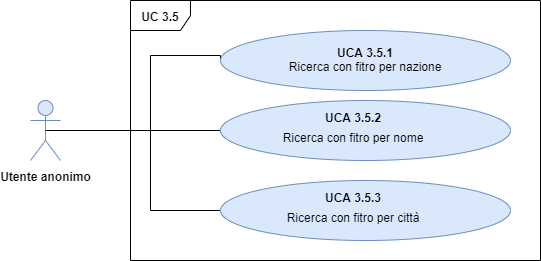
Earlier version of the draw.io export DocumentazioneEsterna/AnalisiDeiRequisiti/Sezioni/UseCase/Immagini/UCA3.5.png (qb-team/Stalker-Documentazione). Source tidied: cells renumbered, new cells last; positions are measured from the earlier drawing's top-left corner, leaving out a move shared by most shapes.
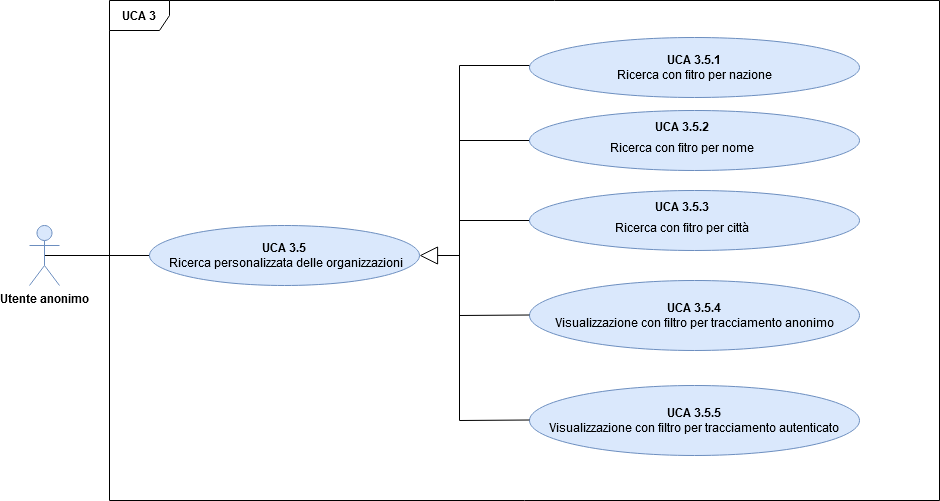
Above is the later version.

The edit, as a diff of the source:
```diff
@@ -2,38 +2,70 @@
   <root>
     <mxCell id="0" />
     <mxCell id="1" parent="0" />
-    <mxCell id="2" value="&lt;b&gt;UC 3.5&lt;/b&gt;" style="shape=umlFrame;whiteSpace=wrap;html=1;fontSize=12;fontFamily=Helvetica;" parent="1" vertex="1">
-      <mxGeometry x="100" width="410" height="260" as="geometry" />
-    </mxCell>
+    <mxCell id="10" value="&lt;b&gt;UCA 3&lt;/b&gt;" style="shape=umlFrame;whiteSpace=wrap;html=1;fontSize=12;fontFamily=Helvetica;" parent="1" vertex="1">
+      <mxGeometry x="-240" y="-100" width="830" height="500" as="geometry" />
+    </mxCell>
+    <mxCell id="11" style="edgeStyle=orthogonalEdgeStyle;rounded=0;jettySize=auto;html=1;exitX=0.5;exitY=0.5;exitDx=0;exitDy=0;exitPerimeter=0;entryX=0;entryY=0.5;entryDx=0;entryDy=0;endArrow=none;endFill=0;endSize=16;" parent="1" edge="1" source="3" target="20">
+      <mxGeometry relative="1" as="geometry" />
+    </mxCell>
     <mxCell id="3" value="&lt;b&gt;Utente anonimo&lt;/b&gt;" style="shape=umlActor;verticalLabelPosition=bottom;labelBackgroundColor=#ffffff;verticalAlign=top;html=1;outlineConnect=0;fillColor=#dae8fc;strokeColor=#6c8ebf;fontSize=12;fontFamily=Helvetica;" parent="1" vertex="1">
-      <mxGeometry y="100" width="30" height="60" as="geometry" />
+      <mxGeometry x="-320" y="125" width="30" height="60" as="geometry" />
     </mxCell>
-    <mxCell id="4" style="edgeStyle=orthogonalEdgeStyle;rounded=0;jettySize=auto;html=1;exitX=0;exitY=0.5;exitDx=0;exitDy=0;entryX=0.5;entryY=0.5;entryDx=0;entryDy=0;entryPerimeter=0;endArrow=none;endFill=0;fontSize=12;fontFamily=Helvetica;" parent="1" edge="1" source="5" target="3">
-      <mxGeometry relative="1" as="geometry">
-        <Array as="points">
-          <mxPoint x="120" y="55" />
-          <mxPoint x="120" y="130" />
-        </Array>
-      </mxGeometry>
-    </mxCell>
+    <mxCell id="12" style="edgeStyle=orthogonalEdgeStyle;rounded=0;jettySize=auto;html=1;exitX=0;exitY=0.5;exitDx=0;exitDy=0;endArrow=block;endFill=0;fontSize=12;fontFamily=Helvetica;endSize=16;" parent="1" edge="1" source="5">
+      <mxGeometry relative="1" as="geometry">
+        <mxPoint x="70" y="155" as="targetPoint" />
+        <Array as="points">
+          <mxPoint x="180" y="-35" />
+          <mxPoint x="110" y="-35" />
+          <mxPoint x="110" y="155" />
+        </Array>
+      </mxGeometry>
+    </mxCell>
     <mxCell id="5" value="&lt;font style=&quot;font-size: 12px&quot;&gt;&lt;b&gt;UCA 3.5.1&lt;/b&gt;&lt;br&gt;Ricerca con fitro per nazione&lt;/font&gt;" style="ellipse;whiteSpace=wrap;html=1;fillColor=#dae8fc;strokeColor=#6c8ebf;fontSize=12;fontFamily=Helvetica;" parent="1" vertex="1">
-      <mxGeometry x="190" y="30" width="290" height="60" as="geometry" />
+      <mxGeometry x="180" y="-63" width="330" height="60" as="geometry" />
     </mxCell>
-    <mxCell id="6" style="edgeStyle=none;rounded=0;jettySize=auto;html=1;exitX=0;exitY=0.5;exitDx=0;exitDy=0;endArrow=none;endFill=0;fontSize=12;fontFamily=Helvetica;" parent="1" edge="1" source="7">
-      <mxGeometry relative="1" as="geometry">
-        <mxPoint x="120" y="130" as="targetPoint" />
-      </mxGeometry>
-    </mxCell>
+    <mxCell id="13" style="edgeStyle=none;rounded=0;jettySize=auto;html=1;exitX=0;exitY=0.5;exitDx=0;exitDy=0;endArrow=none;endFill=0;fontSize=12;fontFamily=Helvetica;" parent="1" edge="1" source="7">
+      <mxGeometry relative="1" as="geometry">
+        <mxPoint x="110" y="40" as="targetPoint" />
+      </mxGeometry>
+    </mxCell>
     <mxCell id="7" value="&lt;p class=&quot;MsoListParagraph&quot; style=&quot;text-indent: -18pt ; font-size: 12px ; line-height: 20%&quot;&gt;&lt;font style=&quot;font-size: 12px&quot;&gt;&lt;b&gt;UCA 3.5.2&lt;/b&gt;&lt;/font&gt;&lt;/p&gt;&lt;p class=&quot;MsoListParagraph&quot; style=&quot;text-indent: -18pt ; font-size: 12px&quot;&gt;&lt;font style=&quot;font-size: 12px&quot;&gt;Ricerca con fitro per nome&lt;/font&gt;&lt;/p&gt;" style="ellipse;whiteSpace=wrap;html=1;fillColor=#dae8fc;strokeColor=#6c8ebf;fontSize=12;fontFamily=Helvetica;align=center;" parent="1" vertex="1">
-      <mxGeometry x="190" y="100" width="290" height="60" as="geometry" />
+      <mxGeometry x="180" y="10" width="330" height="60" as="geometry" />
     </mxCell>
-    <mxCell id="8" style="edgeStyle=orthogonalEdgeStyle;rounded=0;jettySize=auto;html=1;exitX=0;exitY=0.5;exitDx=0;exitDy=0;endArrow=none;endFill=0;fontSize=12;fontFamily=Helvetica;" parent="1" edge="1" source="9">
-      <mxGeometry relative="1" as="geometry">
-        <mxPoint x="120" y="130" as="targetPoint" />
-      </mxGeometry>
-    </mxCell>
+    <mxCell id="14" style="edgeStyle=orthogonalEdgeStyle;rounded=0;jettySize=auto;html=1;exitX=0;exitY=0.5;exitDx=0;exitDy=0;endArrow=none;endFill=0;fontSize=12;fontFamily=Helvetica;" parent="1" edge="1" source="9">
+      <mxGeometry relative="1" as="geometry">
+        <mxPoint x="110" y="40" as="targetPoint" />
+      </mxGeometry>
+    </mxCell>
     <mxCell id="9" value="&lt;p class=&quot;MsoListParagraph&quot; style=&quot;text-indent: -18pt ; font-size: 12px ; line-height: 20%&quot;&gt;&lt;font style=&quot;font-size: 12px&quot;&gt;&lt;b&gt;UCA 3.5.3&lt;/b&gt;&lt;/font&gt;&lt;/p&gt;&lt;p class=&quot;MsoListParagraph&quot; style=&quot;text-indent: -18pt ; font-size: 12px&quot;&gt;&lt;span style=&quot;text-indent: -18pt&quot;&gt;Ricerca&amp;nbsp;&lt;/span&gt;&lt;span&gt;con fitro&amp;nbsp;&lt;/span&gt;&lt;span style=&quot;text-indent: -18pt&quot;&gt;per città&lt;/span&gt;&lt;/p&gt;" style="ellipse;whiteSpace=wrap;html=1;fillColor=#dae8fc;strokeColor=#6c8ebf;fontSize=12;fontFamily=Helvetica;" parent="1" vertex="1">
-      <mxGeometry x="190" y="180" width="290" height="60" as="geometry" />
+      <mxGeometry x="180" y="90" width="330" height="60" as="geometry" />
     </mxCell>
+    <mxCell id="15" value="&lt;span style=&quot;line-height: 107% ; font-size: 12px&quot;&gt;&lt;font style=&quot;font-size: 12px&quot;&gt;&lt;b&gt;UCA 3.5.4&lt;/b&gt;&lt;br&gt;Visualizzazione con filtro per tracciamento anonimo&lt;/font&gt;&lt;/span&gt;" style="ellipse;whiteSpace=wrap;html=1;fillColor=#dae8fc;strokeColor=#6c8ebf;fontFamily=Helvetica;fontSize=12;" parent="1" vertex="1">
+      <mxGeometry x="180" y="180" width="330" height="70" as="geometry" />
+    </mxCell>
+    <mxCell id="16" value="&lt;span style=&quot;line-height: 107% ; font-size: 12px&quot;&gt;&lt;font style=&quot;font-size: 12px&quot;&gt;&lt;b&gt;UCA 3.5.5&lt;/b&gt;&lt;br&gt;&lt;span style=&quot;line-height: 107% ; font-size: 12px&quot;&gt;Visualizzazione con filtro per tracciamento autenticato&lt;/span&gt;&lt;/font&gt;&lt;br style=&quot;font-size: 12px&quot;&gt;&lt;/span&gt;" style="ellipse;whiteSpace=wrap;html=1;fillColor=#dae8fc;strokeColor=#6c8ebf;fontFamily=Helvetica;fontSize=12;" parent="1" vertex="1">
+      <mxGeometry x="180" y="285" width="330" height="70" as="geometry" />
+    </mxCell>
+    <mxCell id="17" style="endArrow=none;html=1;" parent="1" edge="1">
+      <mxGeometry relative="1" as="geometry">
+        <mxPoint x="110" y="320" as="sourcePoint" />
+        <mxPoint x="110" y="120" as="targetPoint" />
+      </mxGeometry>
+    </mxCell>
+    <mxCell id="18" style="endArrow=none;html=1;" parent="1" edge="1">
+      <mxGeometry relative="1" as="geometry">
+        <mxPoint x="110" y="320" as="sourcePoint" />
+        <mxPoint x="180" y="319.5" as="targetPoint" />
+      </mxGeometry>
+    </mxCell>
+    <mxCell id="19" style="endArrow=none;html=1;" parent="1" edge="1">
+      <mxGeometry relative="1" as="geometry">
+        <mxPoint x="110" y="215" as="sourcePoint" />
+        <mxPoint x="180" y="214.5" as="targetPoint" />
+      </mxGeometry>
+    </mxCell>
+    <mxCell id="20" value="&lt;font style=&quot;font-size: 12px&quot;&gt;&lt;b&gt;UCA 3.5&lt;/b&gt;&lt;br&gt;&amp;nbsp;Ricerca personalizzata delle organizzazioni&lt;/font&gt;" style="ellipse;whiteSpace=wrap;html=1;fillColor=#dae8fc;strokeColor=#6c8ebf;fontSize=12;fontFamily=Helvetica;" parent="1" vertex="1">
+      <mxGeometry x="-200" y="125" width="270" height="60" as="geometry" />
+    </mxCell>
   </root>
 </mxGraphModel>
```
